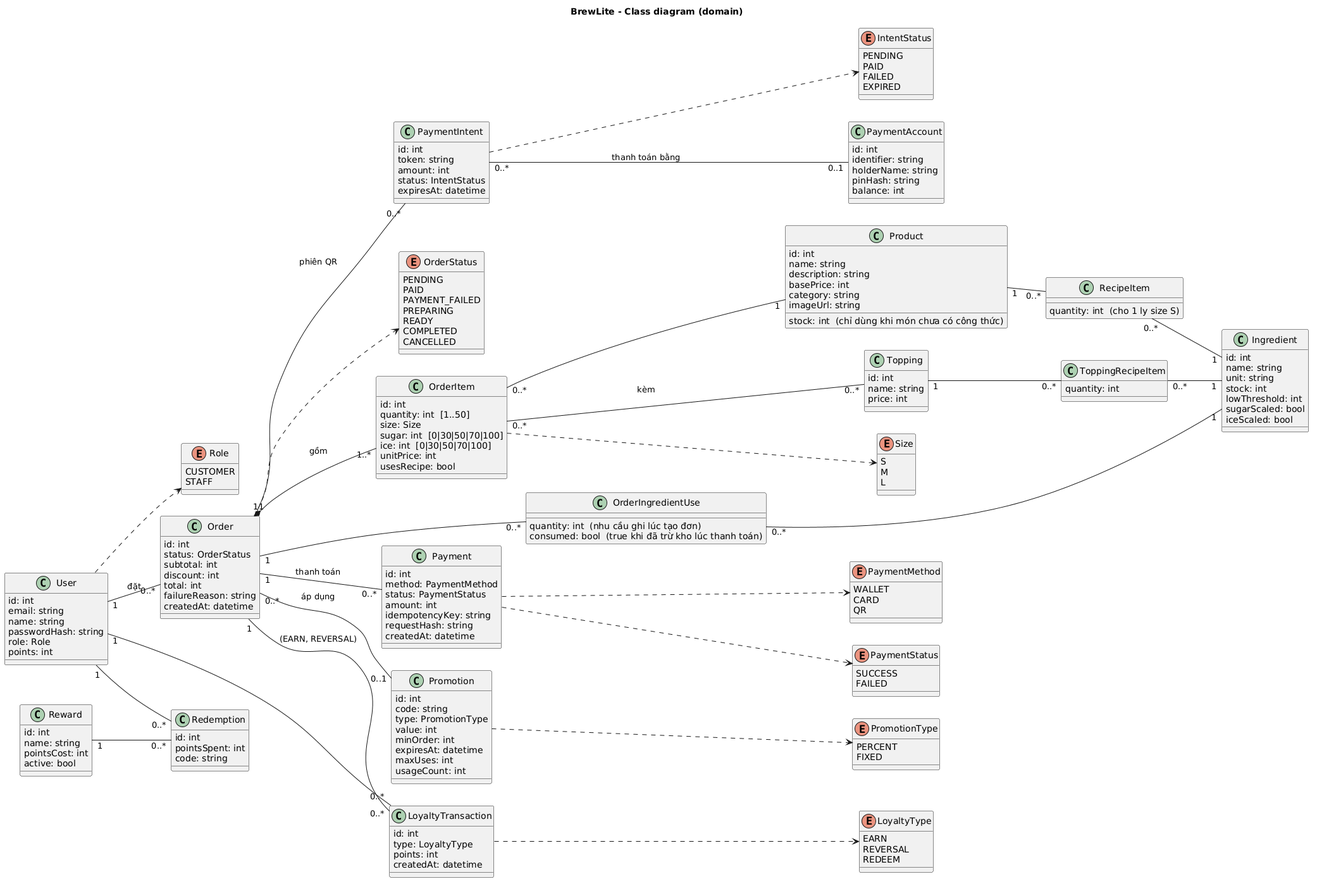
Earlier version of the PlantUML export docs/diagrams/class-domain.svg (tthan-prog/BrewLite-AS2). Its diagram source:
```plantuml
@startuml
title BrewLite - Class diagram (domain)
skinparam classAttributeIconSize 0
left to right direction

enum Role {
  CUSTOMER
  STAFF
}
enum OrderStatus {
  PENDING
  PAID
  PAYMENT_FAILED
  PREPARING
  READY
  COMPLETED
  CANCELLED
}
enum Size {
  S
  M
  L
}
enum PaymentMethod {
  WALLET
  CARD
  QR
}
enum PaymentStatus {
  SUCCESS
  FAILED
}
enum PromotionType {
  PERCENT
  FIXED
}
enum LoyaltyType {
  EARN
  REVERSAL
  REDEEM
}
enum IntentStatus {
  PENDING
  PAID
  FAILED
  EXPIRED
}

class User {
  id: int
  email: string
  name: string
  passwordHash: string
  role: Role
  points: int
}
class Product {
  id: int
  name: string
  description: string
  basePrice: int
  category: string
  imageUrl: string
  stock: int  (chỉ dùng khi món chưa có công thức)
}
class Topping {
  id: int
  name: string
  price: int
}
class Order {
  id: int
  status: OrderStatus
  subtotal: int
  discount: int
  total: int
  failureReason: string
  createdAt: datetime
}
class OrderItem {
  id: int
  quantity: int  [1..50]
  size: Size
  sugar: int  [0|30|50|70|100]
  ice: int  [0|30|50|70|100]
  unitPrice: int
  usesRecipe: bool
}
class Payment {
  id: int
  method: PaymentMethod
  status: PaymentStatus
  amount: int
  idempotencyKey: string
  requestHash: string
  createdAt: datetime
}
class Promotion {
  id: int
  code: string
  type: PromotionType
  value: int
  minOrder: int
  expiresAt: datetime
  maxUses: int
  usageCount: int
}
class LoyaltyTransaction {
  id: int
  type: LoyaltyType
  points: int
  createdAt: datetime
}
class Ingredient {
  id: int
  name: string
  unit: string
  stock: int
  lowThreshold: int
  sugarScaled: bool
  iceScaled: bool
}
class RecipeItem {
  quantity: int  (cho 1 ly size S)
}
class ToppingRecipeItem {
  quantity: int
}
class OrderIngredientUse {
  quantity: int  (nhu cầu ghi lúc tạo đơn)
  consumed: bool  (true khi đã trừ kho lúc thanh toán)
}
class PaymentAccount {
  id: int
  identifier: string
  holderName: string
  pinHash: string
  balance: int
}
class PaymentIntent {
  id: int
  token: string
  amount: int
  status: IntentStatus
  expiresAt: datetime
}
class Reward {
  id: int
  name: string
  pointsCost: int
  active: bool
}
class Redemption {
  id: int
  pointsSpent: int
  code: string
}

User "1" -- "0..*" Order : đặt
User "1" -- "0..*" LoyaltyTransaction
User "1" -- "0..*" Redemption
Order "1" *-- "1..*" OrderItem : gồm
OrderItem "0..*" -- "1" Product
OrderItem "0..*" -- "0..*" Topping : kèm
Order "1" -- "0..*" Payment : thanh toán
Order "0..*" -- "0..1" Promotion : áp dụng
Order "1" -- "0..*" LoyaltyTransaction : (EARN, REVERSAL)
Order "1" -- "0..*" OrderIngredientUse
Order "1" -- "0..*" PaymentIntent : phiên QR
OrderIngredientUse "0..*" -- "1" Ingredient
Product "1" -- "0..*" RecipeItem
Topping "1" -- "0..*" ToppingRecipeItem
RecipeItem "0..*" -- "1" Ingredient
ToppingRecipeItem "0..*" -- "1" Ingredient
PaymentIntent "0..*" -- "0..1" PaymentAccount : thanh toán bằng
Reward "1" -- "0..*" Redemption

User ..> Role
Order ..> OrderStatus
OrderItem ..> Size
Payment ..> PaymentMethod
Payment ..> PaymentStatus
Promotion ..> PromotionType
LoyaltyTransaction ..> LoyaltyType
PaymentIntent ..> IntentStatus
@enduml
```
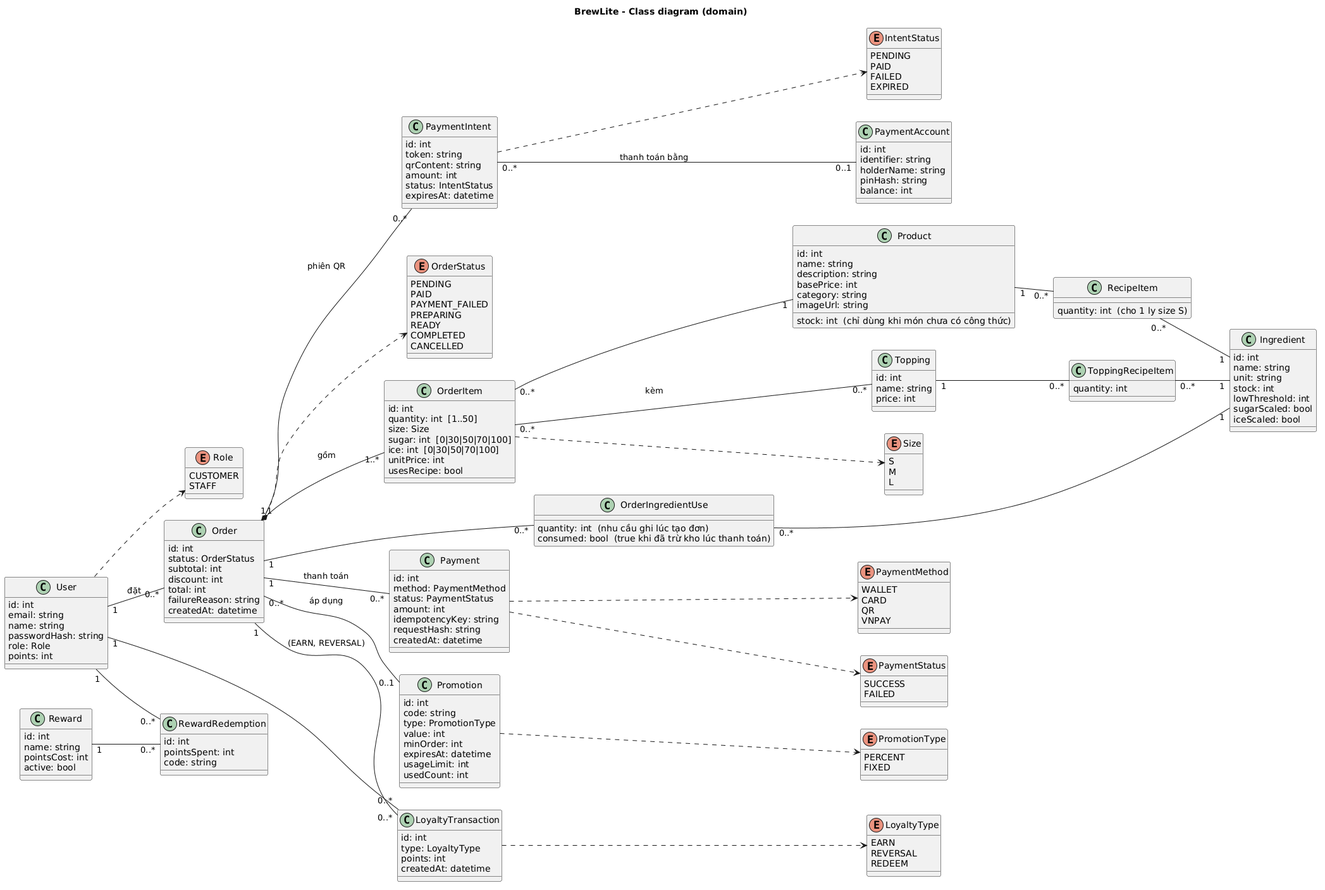
The same file after the commit.

Commit message:
docs: add class domain and ERD diagrams

What changed in the source:
```diff
@@ -25,6 +25,7 @@
   WALLET
   CARD
   QR
+  VNPAY
 }
 enum PaymentStatus {
   SUCCESS
@@ -102,8 +103,8 @@
   value: int
   minOrder: int
   expiresAt: datetime
-  maxUses: int
-  usageCount: int
+  usageLimit: int
+  usedCount: int
 }
 class LoyaltyTransaction {
   id: int
@@ -140,6 +141,7 @@
 class PaymentIntent {
   id: int
   token: string
+  qrContent: string
   amount: int
   status: IntentStatus
   expiresAt: datetime
@@ -150,7 +152,7 @@
   pointsCost: int
   active: bool
 }
-class Redemption {
+class RewardRedemption {
   id: int
   pointsSpent: int
   code: string
@@ -158,7 +160,7 @@
 
 User "1" -- "0..*" Order : đặt
 User "1" -- "0..*" LoyaltyTransaction
-User "1" -- "0..*" Redemption
+User "1" -- "0..*" RewardRedemption
 Order "1" *-- "1..*" OrderItem : gồm
 OrderItem "0..*" -- "1" Product
 OrderItem "0..*" -- "0..*" Topping : kèm
@@ -173,7 +175,7 @@
 RecipeItem "0..*" -- "1" Ingredient
 ToppingRecipeItem "0..*" -- "1" Ingredient
 PaymentIntent "0..*" -- "0..1" PaymentAccount : thanh toán bằng
-Reward "1" -- "0..*" Redemption
+Reward "1" -- "0..*" RewardRedemption
 
 User ..> Role
 Order ..> OrderStatus
```
